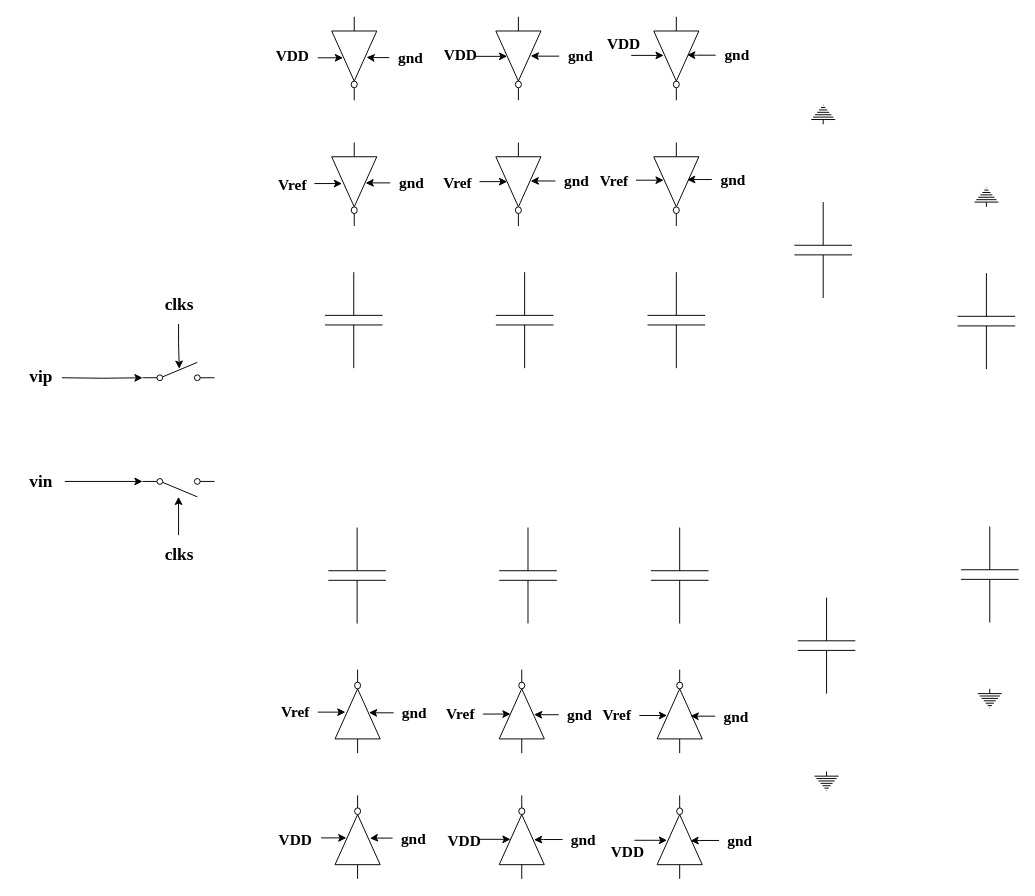
Earlier version of the draw.io diagram cdac.drawio (w1213ph/draw.io). Source tidied: cells renumbered, new cells numbered last; positions are measured from the earlier drawing's top-left corner, leaving out a move shared by most shapes. Both pictures are drawn from the tidied source at 96%, with x=0, y=0 at pixel (16, 16).
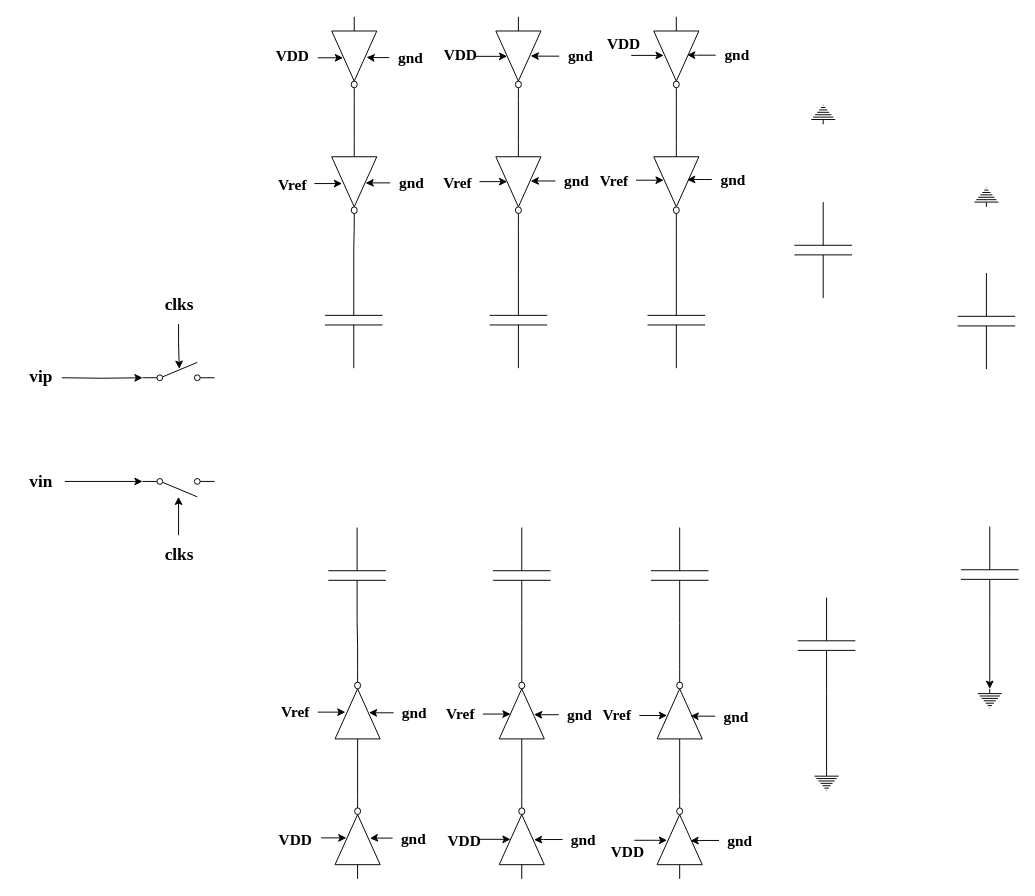
The same page after the edit.

The change refers to these unchanged cells:
```xml
<mxCell id="12" style="verticalLabelPosition=bottom;shadow=0;dashed=0;align=center;html=1;verticalAlign=top;shape=mxgraph.electrical.capacitors.capacitor_1;direction=south;" parent="1" vertex="1">
  <mxGeometry x="321" y="266" width="60" height="100" as="geometry" />
</mxCell>
<mxCell id="16" style="verticalLabelPosition=bottom;shadow=0;dashed=0;align=center;html=1;verticalAlign=top;shape=mxgraph.electrical.logic_gates.inverter_2;direction=south;" parent="1" vertex="1">
  <mxGeometry x="328" width="47" height="87" as="geometry" />
</mxCell>
<mxCell id="17" style="verticalLabelPosition=bottom;shadow=0;dashed=0;align=center;html=1;verticalAlign=top;shape=mxgraph.electrical.logic_gates.inverter_2;direction=south;" parent="1" vertex="1">
  <mxGeometry x="328" y="131" width="47" height="87" as="geometry" />
</mxCell>
<mxCell id="18" style="verticalLabelPosition=bottom;shadow=0;dashed=0;align=center;html=1;verticalAlign=top;shape=mxgraph.electrical.logic_gates.inverter_2;direction=south;" parent="1" vertex="1">
  <mxGeometry x="499" width="47" height="87" as="geometry" />
</mxCell>
<mxCell id="19" style="verticalLabelPosition=bottom;shadow=0;dashed=0;align=center;html=1;verticalAlign=top;shape=mxgraph.electrical.logic_gates.inverter_2;direction=south;" parent="1" vertex="1">
  <mxGeometry x="499" y="131" width="47" height="87" as="geometry" />
</mxCell>
<mxCell id="20" style="verticalLabelPosition=bottom;shadow=0;dashed=0;align=center;html=1;verticalAlign=top;shape=mxgraph.electrical.capacitors.capacitor_1;direction=south;" parent="1" vertex="1">
  <mxGeometry x="657" y="266" width="60" height="100" as="geometry" />
</mxCell>
<mxCell id="21" style="verticalLabelPosition=bottom;shadow=0;dashed=0;align=center;html=1;verticalAlign=top;shape=mxgraph.electrical.logic_gates.inverter_2;direction=south;" parent="1" vertex="1">
  <mxGeometry x="663.5" width="47" height="87" as="geometry" />
</mxCell>
<mxCell id="22" style="verticalLabelPosition=bottom;shadow=0;dashed=0;align=center;html=1;verticalAlign=top;shape=mxgraph.electrical.logic_gates.inverter_2;direction=south;" parent="1" vertex="1">
  <mxGeometry x="663.5" y="131" width="47" height="87" as="geometry" />
</mxCell>
<mxCell id="49" style="verticalLabelPosition=bottom;shadow=0;dashed=0;align=center;html=1;verticalAlign=top;shape=mxgraph.electrical.capacitors.capacitor_1;direction=south;" parent="1" vertex="1">
  <mxGeometry x="324.5" y="532" width="60" height="100" as="geometry" />
</mxCell>
<mxCell id="51" style="verticalLabelPosition=bottom;shadow=0;dashed=0;align=center;html=1;verticalAlign=top;shape=mxgraph.electrical.capacitors.capacitor_1;direction=south;" parent="1" vertex="1">
  <mxGeometry x="813.5" y="605" width="60" height="100" as="geometry" />
</mxCell>
<mxCell id="52" style="verticalLabelPosition=bottom;shadow=0;dashed=0;align=center;html=1;verticalAlign=top;shape=mxgraph.electrical.capacitors.capacitor_1;direction=south;" parent="1" vertex="1">
  <mxGeometry x="983.5" y="531" width="60" height="100" as="geometry" />
</mxCell>
<mxCell id="53" style="verticalLabelPosition=bottom;shadow=0;dashed=0;align=center;html=1;verticalAlign=top;shape=mxgraph.electrical.logic_gates.inverter_2;direction=south;flipV=1;" parent="1" vertex="1">
  <mxGeometry x="331.5" y="811" width="47" height="87" as="geometry" />
</mxCell>
<mxCell id="54" style="verticalLabelPosition=bottom;shadow=0;dashed=0;align=center;html=1;verticalAlign=top;shape=mxgraph.electrical.logic_gates.inverter_2;direction=north;" parent="1" vertex="1">
  <mxGeometry x="331.5" y="680" width="47" height="87" as="geometry" />
</mxCell>
<mxCell id="55" style="verticalLabelPosition=bottom;shadow=0;dashed=0;align=center;html=1;verticalAlign=top;shape=mxgraph.electrical.logic_gates.inverter_2;direction=south;flipV=1;" parent="1" vertex="1">
  <mxGeometry x="502.5" y="811" width="47" height="87" as="geometry" />
</mxCell>
<mxCell id="56" style="verticalLabelPosition=bottom;shadow=0;dashed=0;align=center;html=1;verticalAlign=top;shape=mxgraph.electrical.logic_gates.inverter_2;direction=south;flipV=1;" parent="1" vertex="1">
  <mxGeometry x="502.5" y="680" width="47" height="87" as="geometry" />
</mxCell>
<mxCell id="57" style="verticalLabelPosition=bottom;shadow=0;dashed=0;align=center;html=1;verticalAlign=top;shape=mxgraph.electrical.capacitors.capacitor_1;direction=south;" parent="1" vertex="1">
  <mxGeometry x="660.5" y="532" width="60" height="100" as="geometry" />
</mxCell>
<mxCell id="58" style="verticalLabelPosition=bottom;shadow=0;dashed=0;align=center;html=1;verticalAlign=top;shape=mxgraph.electrical.logic_gates.inverter_2;direction=south;flipV=1;" parent="1" vertex="1">
  <mxGeometry x="667" y="811" width="47" height="87" as="geometry" />
</mxCell>
<mxCell id="59" style="verticalLabelPosition=bottom;shadow=0;dashed=0;align=center;html=1;verticalAlign=top;shape=mxgraph.electrical.logic_gates.inverter_2;direction=south;flipV=1;" parent="1" vertex="1">
  <mxGeometry x="667" y="680" width="47" height="87" as="geometry" />
</mxCell>
<mxCell id="84" style="verticalLabelPosition=bottom;shadow=0;dashed=0;align=center;html=1;verticalAlign=top;shape=mxgraph.electrical.signal_sources.protective_earth;direction=west;flipV=1;" parent="1" vertex="1">
  <mxGeometry x="831" y="786" width="25" height="20" as="geometry" />
</mxCell>
<mxCell id="85" style="verticalLabelPosition=bottom;shadow=0;dashed=0;align=center;html=1;verticalAlign=top;shape=mxgraph.electrical.signal_sources.protective_earth;direction=west;flipV=1;" parent="1" vertex="1">
  <mxGeometry x="1001" y="700" width="25" height="20" as="geometry" />
</mxCell>
```

Diff of the diagram source:
```diff
@@
     <mxCell id="13" style="verticalLabelPosition=bottom;shadow=0;dashed=0;align=center;html=1;verticalAlign=top;shape=mxgraph.electrical.capacitors.capacitor_1;direction=south;" parent="1" vertex="1">
-      <mxGeometry x="499" y="266" width="60" height="100" as="geometry" />
+      <mxGeometry x="492.5" y="266" width="60" height="100" as="geometry" />
     </mxCell>
@@
     <mxCell id="50" style="verticalLabelPosition=bottom;shadow=0;dashed=0;align=center;html=1;verticalAlign=top;shape=mxgraph.electrical.capacitors.capacitor_1;direction=south;" parent="1" vertex="1">
-      <mxGeometry x="502.5" y="532" width="60" height="100" as="geometry" />
+      <mxGeometry x="496" y="532" width="60" height="100" as="geometry" />
     </mxCell>
@@
+    <mxCell id="86" style="edgeStyle=orthogonalEdgeStyle;rounded=0;jettySize=auto;html=1;exitX=0;exitY=0.5;exitDx=0;exitDy=0;exitPerimeter=0;entryX=1;entryY=0.5;entryDx=0;entryDy=0;entryPerimeter=0;endArrow=none;endFill=0;" parent="1" edge="1" source="12" target="17">
+      <mxGeometry relative="1" as="geometry" />
+    </mxCell>
+    <mxCell id="87" style="edgeStyle=orthogonalEdgeStyle;rounded=0;jettySize=auto;html=1;entryX=0;entryY=0.5;entryDx=0;entryDy=0;entryPerimeter=0;endArrow=none;endFill=0;" parent="1" edge="1" source="16" target="17">
+      <mxGeometry relative="1" as="geometry" />
+    </mxCell>
+    <mxCell id="88" style="edgeStyle=orthogonalEdgeStyle;rounded=0;jettySize=auto;html=1;exitX=1;exitY=0.5;exitDx=0;exitDy=0;exitPerimeter=0;entryX=0;entryY=0.5;entryDx=0;entryDy=0;entryPerimeter=0;endArrow=none;endFill=0;" parent="1" edge="1" source="18" target="19">
+      <mxGeometry relative="1" as="geometry" />
+    </mxCell>
+    <mxCell id="89" style="edgeStyle=orthogonalEdgeStyle;rounded=0;jettySize=auto;html=1;entryX=0;entryY=0.5;entryDx=0;entryDy=0;entryPerimeter=0;endArrow=none;endFill=0;" parent="1" edge="1" source="21" target="22">
+      <mxGeometry relative="1" as="geometry" />
+    </mxCell>
+    <mxCell id="90" style="edgeStyle=orthogonalEdgeStyle;rounded=0;jettySize=auto;html=1;exitX=1;exitY=0.5;exitDx=0;exitDy=0;exitPerimeter=0;entryX=0;entryY=0.5;entryDx=0;entryDy=0;entryPerimeter=0;endArrow=none;endFill=0;" parent="1" edge="1" source="22" target="20">
+      <mxGeometry relative="1" as="geometry" />
+    </mxCell>
+    <mxCell id="91" style="edgeStyle=orthogonalEdgeStyle;rounded=0;jettySize=auto;html=1;entryX=0;entryY=0.5;entryDx=0;entryDy=0;entryPerimeter=0;endArrow=none;endFill=0;" parent="1" edge="1" source="19" target="13">
+      <mxGeometry relative="1" as="geometry" />
+    </mxCell>
+    <mxCell id="92" style="edgeStyle=orthogonalEdgeStyle;rounded=0;jettySize=auto;html=1;entryX=1;entryY=0.5;entryDx=0;entryDy=0;entryPerimeter=0;endArrow=none;endFill=0;" parent="1" edge="1" source="54" target="49">
+      <mxGeometry relative="1" as="geometry" />
+    </mxCell>
+    <mxCell id="93" style="edgeStyle=orthogonalEdgeStyle;rounded=0;jettySize=auto;html=1;entryX=1;entryY=0.5;entryDx=0;entryDy=0;entryPerimeter=0;endArrow=none;endFill=0;" parent="1" edge="1" source="56" target="50">
+      <mxGeometry relative="1" as="geometry" />
+    </mxCell>
+    <mxCell id="94" style="edgeStyle=orthogonalEdgeStyle;rounded=0;jettySize=auto;html=1;entryX=0;entryY=0.5;entryDx=0;entryDy=0;entryPerimeter=0;endArrow=none;endFill=0;" parent="1" edge="1" source="53" target="54">
+      <mxGeometry relative="1" as="geometry" />
+    </mxCell>
+    <mxCell id="95" style="edgeStyle=orthogonalEdgeStyle;rounded=0;jettySize=auto;html=1;entryX=0;entryY=0.5;entryDx=0;entryDy=0;entryPerimeter=0;endArrow=none;endFill=0;" parent="1" edge="1" source="55" target="56">
+      <mxGeometry relative="1" as="geometry" />
+    </mxCell>
+    <mxCell id="96" style="edgeStyle=orthogonalEdgeStyle;rounded=0;jettySize=auto;html=1;entryX=0;entryY=0.5;entryDx=0;entryDy=0;entryPerimeter=0;endArrow=none;endFill=0;" parent="1" edge="1" source="58" target="59">
+      <mxGeometry relative="1" as="geometry" />
+    </mxCell>
+    <mxCell id="97" style="edgeStyle=orthogonalEdgeStyle;rounded=0;jettySize=auto;html=1;entryX=1;entryY=0.5;entryDx=0;entryDy=0;entryPerimeter=0;endArrow=none;endFill=0;" parent="1" edge="1" source="59" target="57">
+      <mxGeometry relative="1" as="geometry" />
+    </mxCell>
+    <mxCell id="98" style="edgeStyle=orthogonalEdgeStyle;rounded=0;jettySize=auto;html=1;entryX=0.5;entryY=0;entryDx=0;entryDy=0;entryPerimeter=0;endArrow=none;endFill=0;" parent="1" edge="1" source="51" target="84">
+      <mxGeometry relative="1" as="geometry" />
+    </mxCell>
+    <mxCell id="99" style="edgeStyle=orthogonalEdgeStyle;rounded=0;jettySize=auto;html=1;entryX=0.5;entryY=0;entryDx=0;entryDy=0;entryPerimeter=0;" parent="1" edge="1" source="52" target="85">
+      <mxGeometry relative="1" as="geometry" />
+    </mxCell>
```
